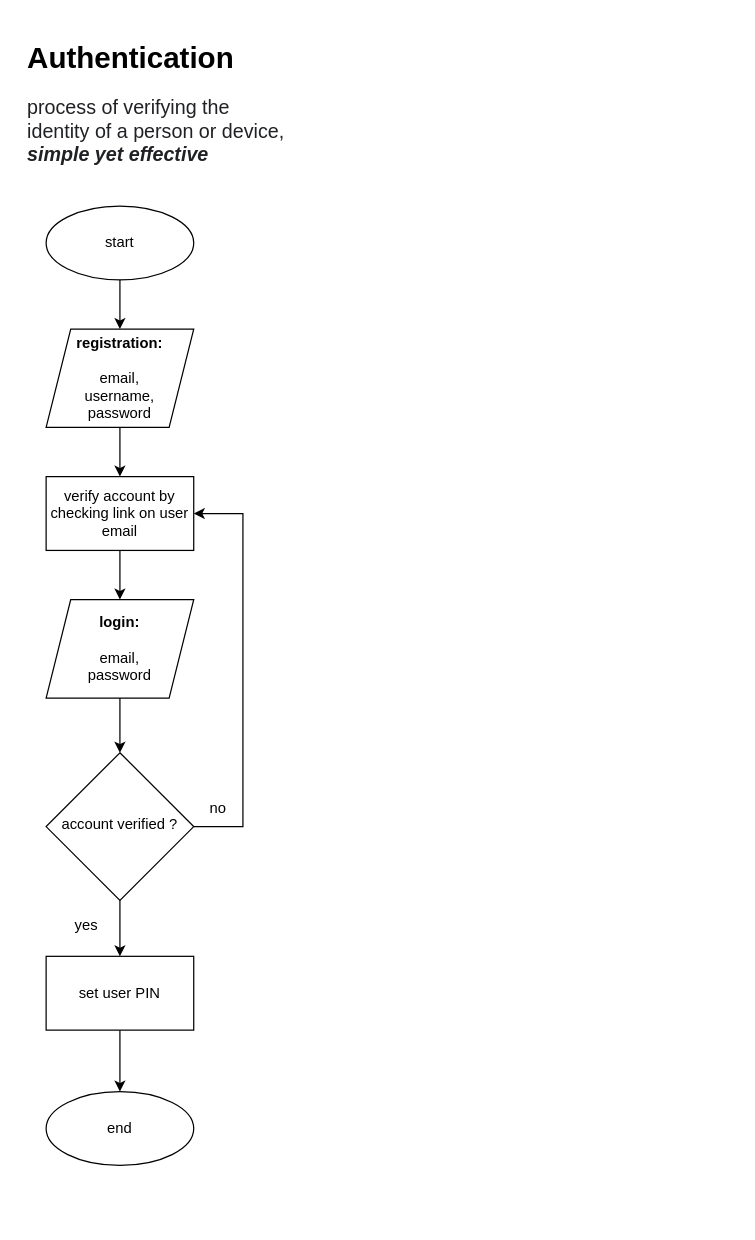
This is page "Authentication" (1 of 3) of Walletchip.drawio from budimanindra/walletchip-backend, a draw.io file, before an edit. Source tidied: cells renumbered, new cells numbered last; positions are measured from the earlier drawing's top-left corner, leaving out a move shared by most shapes. Both pictures are drawn from the tidied source at 123%, with x=0, y=0 at pixel (21, 33).
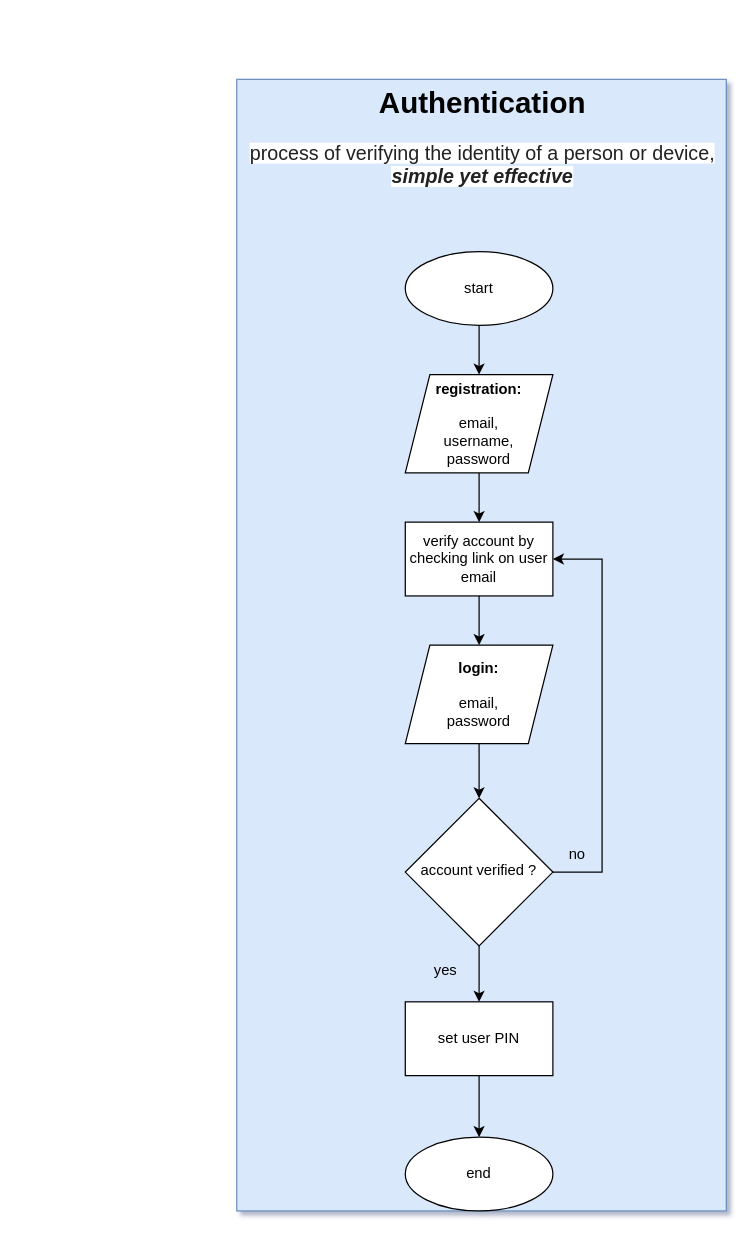
The same diagram, later.

Diff of the diagram source:
```diff
@@
-<mxGraphModel>
+<mxGraphModel shadow="1">
@@
-    <mxCell id="2" style="group;" parent="1" vertex="1">
-      <mxGeometry width="220" height="920" as="geometry" />
-    </mxCell>
-    <mxCell id="3" value="&lt;h1&gt;Authentication&lt;/h1&gt;&lt;p&gt;&lt;span style=&quot;color: rgb(32 , 33 , 36) ; font-family: &amp;#34;arial&amp;#34; , sans-serif ; font-size: 16px ; background-color: rgb(255 , 255 , 255)&quot;&gt;process of verifying the identity of a person or device, &lt;b&gt;&lt;i&gt;simple yet effective&lt;/i&gt;&lt;/b&gt;&lt;/span&gt;&lt;br&gt;&lt;/p&gt;" style="text;html=1;strokeColor=none;fillColor=none;spacing=5;spacingTop=-20;whiteSpace=wrap;overflow=hidden;rounded=0;" parent="2" vertex="1">
-      <mxGeometry width="220" height="120" as="geometry" />
-    </mxCell>
+    <mxCell id="21" style="group;fillColor=#dae8fc;strokeColor=#6c8ebf;" parent="1" vertex="1">
+      <mxGeometry x="175" y="37" width="398" height="920" as="geometry" />
+    </mxCell>
-    <mxCell id="4" style="group;" parent="2" vertex="1">
-      <mxGeometry x="20" y="140" width="160" height="780" as="geometry" />
+    <mxCell id="4" style="group;" parent="21" vertex="1">
+      <mxGeometry x="137" y="140" width="170" height="780" as="geometry" />
     </mxCell>
@@
+    <mxCell id="3" value="&lt;h1 style=&quot;text-align: center&quot;&gt;Authentication&lt;/h1&gt;&lt;p style=&quot;text-align: center&quot;&gt;&lt;span style=&quot;color: rgb(32 , 33 , 36) ; font-family: &amp;#34;arial&amp;#34; , sans-serif ; font-size: 16px ; background-color: rgb(255 , 255 , 255)&quot;&gt;process of verifying the identity of a person or device, &lt;b&gt;&lt;i&gt;simple yet effective&lt;/i&gt;&lt;/b&gt;&lt;/span&gt;&lt;br&gt;&lt;/p&gt;" style="text;html=1;strokeColor=none;fillColor=none;spacing=5;spacingTop=-20;whiteSpace=wrap;overflow=hidden;rounded=0;" parent="21" vertex="1">
+      <mxGeometry width="398" height="120" as="geometry" />
+    </mxCell>
```
